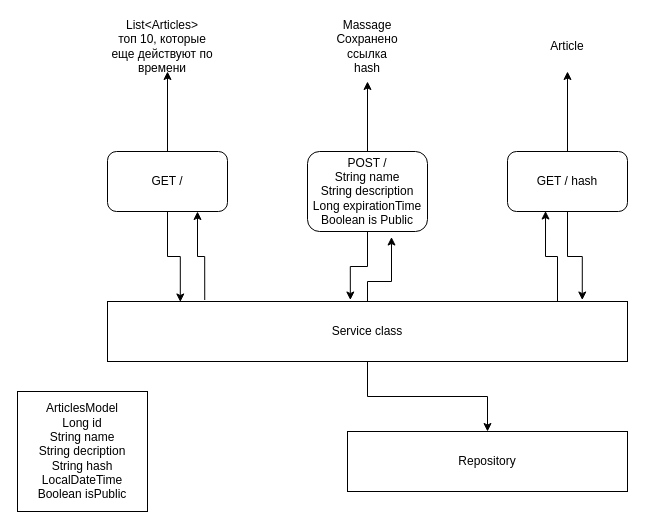
IvanBely/Articles keeps this draw.io diagram as src/main/resources/Диаграмма без названия.drawio. Above is the earlier version. Source tidied: cells renumbered, new cells numbered last; positions are measured from the earlier drawing's top-left corner, leaving out a move shared by most shapes. Both pictures are drawn from the tidied source at 100%, with x=0, y=0 at pixel (17, 31).
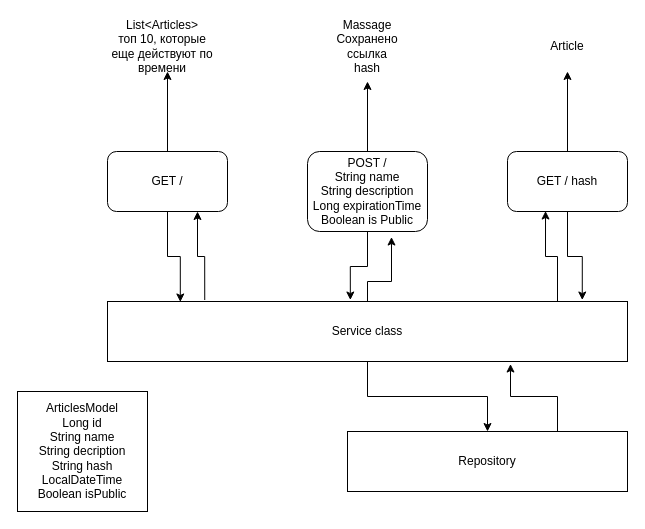
Above is the later version.

The change refers to these unchanged cells:
```xml
<mxCell id="4" value="Service class" style="rounded=0;whiteSpace=wrap;html=1;" parent="1" vertex="1">
  <mxGeometry x="90" y="270" width="520" height="60" as="geometry" />
</mxCell>
<mxCell id="19" value="Repository" style="rounded=0;whiteSpace=wrap;html=1;" parent="1" vertex="1">
  <mxGeometry x="330" y="400" width="280" height="60" as="geometry" />
</mxCell>
```

The edit, as a diff of the source:
```diff
@@
+    <mxCell id="21" style="edgeStyle=orthogonalEdgeStyle;rounded=0;jettySize=auto;html=1;exitX=0.75;exitY=0;exitDx=0;exitDy=0;entryX=0.775;entryY=1.042;entryDx=0;entryDy=0;entryPerimeter=0;" parent="1" edge="1" source="19" target="4">
+      <mxGeometry relative="1" as="geometry" />
+    </mxCell>
```
